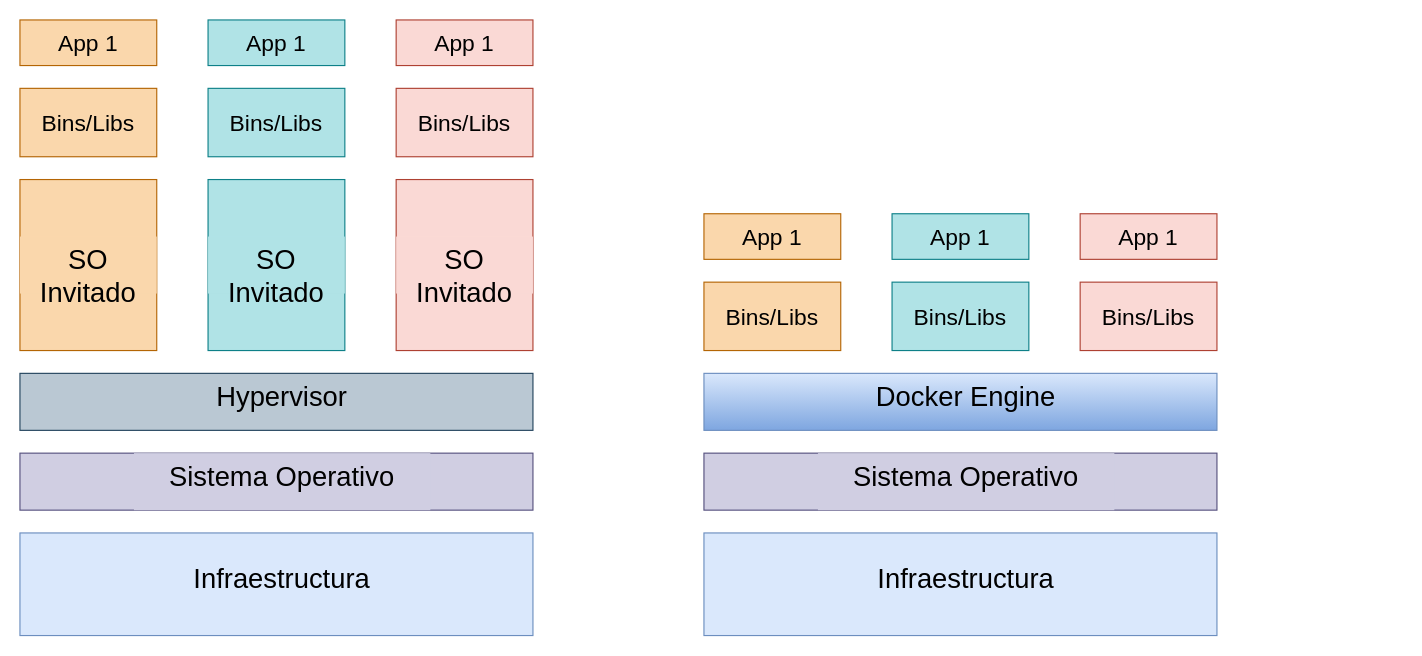
This is page "VM vs Docker" (8 of 11) of Lecturas/Diagramas.drawio from joselizagaravito/Curso-DevOps, a draw.io file, before an edit. Source tidied: cells renumbered, new cells numbered last; positions are measured from the earlier drawing's top-left corner, leaving out a move shared by most shapes. Both pictures are drawn from the tidied source at 114%, with x=0, y=0 at pixel (19, 19).
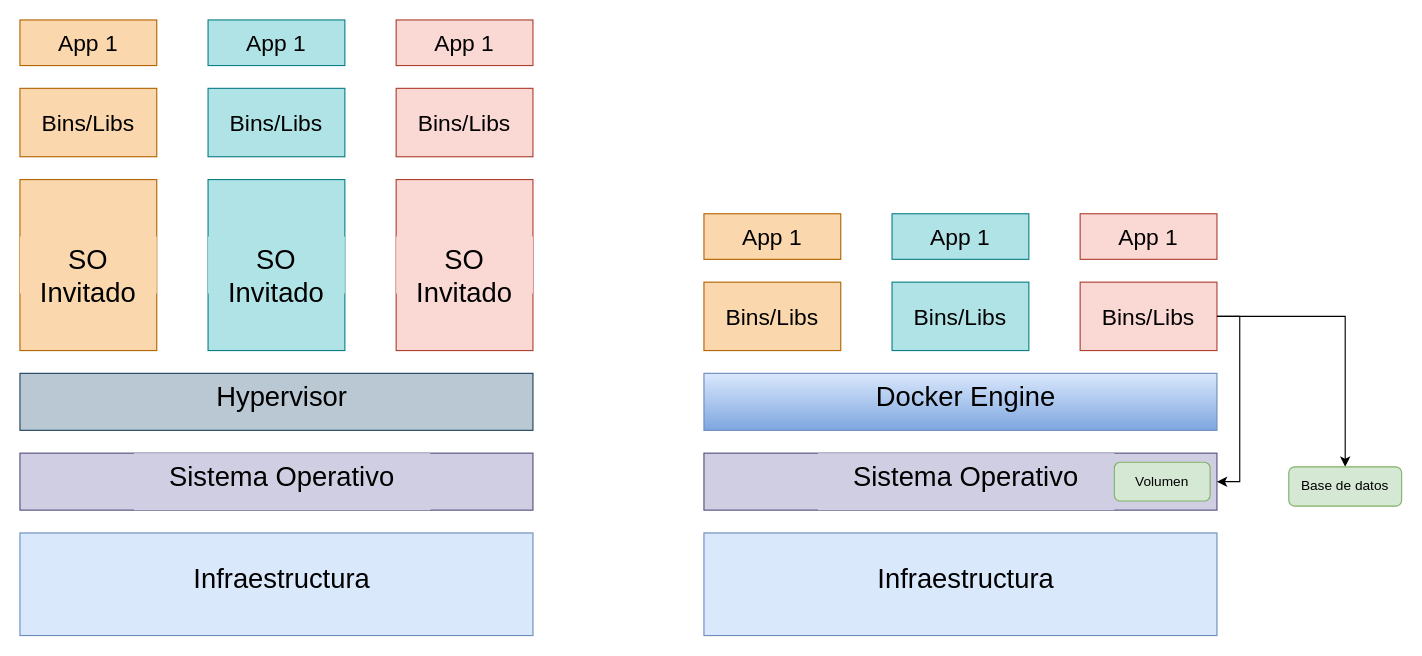
After the change.

Unchanged cells that the change refers to:
```xml
<mxCell id="8" style="rounded=0;whiteSpace=wrap;html=1;fillColor=#d0cee2;strokeColor=#56517e;" parent="1" vertex="1">
  <mxGeometry x="600" y="380" width="450" height="50" as="geometry" />
</mxCell>
<mxCell id="28" value="Bins/Libs" style="rounded=0;whiteSpace=wrap;html=1;fontSize=20;labelBackgroundColor=none;fillColor=#fad9d5;strokeColor=#ae4132;" parent="1" vertex="1">
  <mxGeometry x="930" y="230" width="120" height="60" as="geometry" />
</mxCell>
```

The edit, as a diff of the source:
```diff
@@
+    <mxCell id="32" style="edgeStyle=orthogonalEdgeStyle;rounded=0;jettySize=auto;html=1;" parent="1" edge="1" source="28" target="35">
+      <mxGeometry relative="1" as="geometry" />
+    </mxCell>
@@
+    <mxCell id="33" value="Volumen" style="rounded=1;whiteSpace=wrap;html=1;fillColor=#d5e8d4;strokeColor=#82b366;" parent="1" vertex="1">
+      <mxGeometry x="960" y="388" width="84" height="34" as="geometry" />
+    </mxCell>
+    <mxCell id="34" style="edgeStyle=orthogonalEdgeStyle;rounded=0;jettySize=auto;html=1;entryX=1;entryY=0.5;entryDx=0;entryDy=0;" parent="1" edge="1" source="28" target="8">
+      <mxGeometry relative="1" as="geometry">
+        <Array as="points">
+          <mxPoint x="1070" y="260" />
+          <mxPoint x="1070" y="405" />
+        </Array>
+      </mxGeometry>
+    </mxCell>
+    <mxCell id="35" value="Base de datos" style="rounded=1;whiteSpace=wrap;html=1;fillColor=#d5e8d4;strokeColor=#82b366;" parent="1" vertex="1">
+      <mxGeometry x="1113" y="392" width="99" height="34.5" as="geometry" />
+    </mxCell>
```
